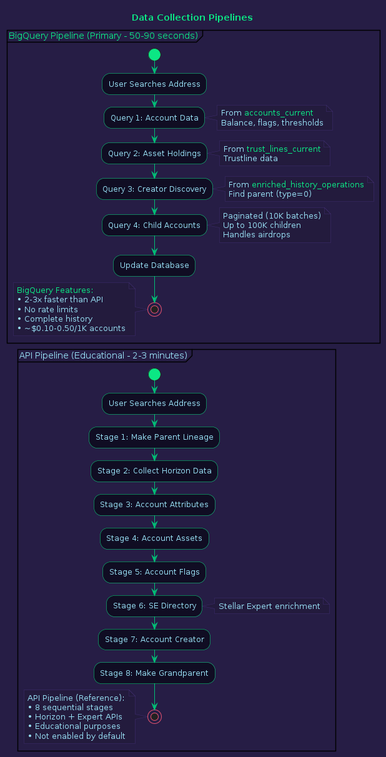
Before: diagrams/02_data_pipeline.png, a diagram exported from PlantUML (areveur51/StellarMapWeb).
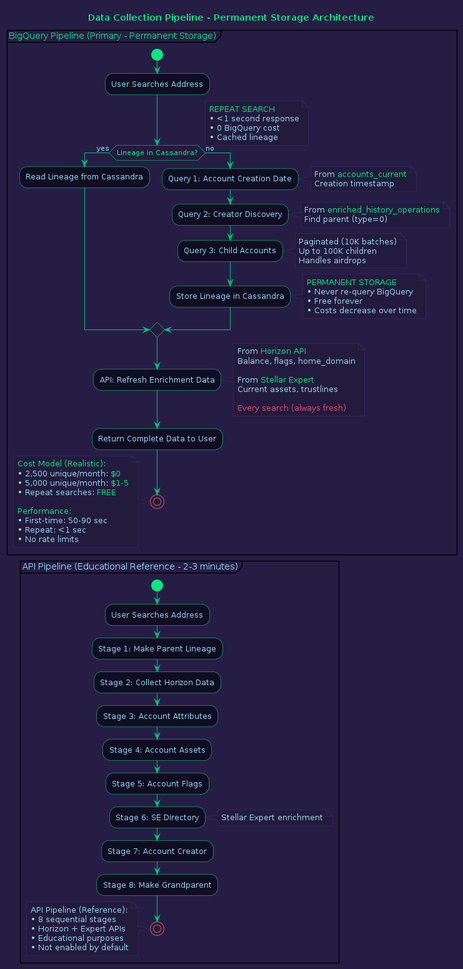
Later version of the same file.

Commit message:
Update data pipeline to use permanent storage and improve cost efficiency

Diff of the diagram source:
```diff
@@ -1,4 +1,4 @@
-@startuml Data Pipeline
+@startuml 02_data_pipeline
 
 skinparam backgroundColor #261D45
 skinparam activity {
@@ -9,6 +9,8 @@
 skinparam activityArrowColor #01C176
 skinparam activityStartColor #0BE784
 skinparam activityStopColor #E5526F
+skinparam activityDiamondBackgroundColor #231B3D
+skinparam activityDiamondBorderColor #0BE784
 skinparam defaultFontColor #96DDF2
 skinparam note {
   BackgroundColor #231B3D
@@ -16,52 +18,88 @@
   FontColor #96DDF2
 }
 
-title <color:#0BE784>Data Collection Pipelines
+title <color:#0BE784>Data Collection Pipeline - Permanent Storage Architecture
 
-partition "<color:#0BE784>BigQuery Pipeline (Primary - 50-90 seconds)" {
+partition "<color:#0BE784>BigQuery Pipeline (Primary - Permanent Storage)" {
   start
 
   :User Searches Address;
 
-  :Query 1: Account Data;
+  if (<color:#0BE784>Lineage in Cassandra?) then (yes)
+    note right #231B3D
+      <color:#0BE784>REPEAT SEARCH
+      <color:#96DDF2>• <1 second response
+      <color:#96DDF2>• 0 BigQuery cost
+      <color:#96DDF2>• Cached lineage
+    end note
+
+    :Read Lineage from Cassandra;
+
+  else (no)
+    note right #231B3D
+      <color:#E5526F>FIRST-TIME SEARCH
+      <color:#96DDF2>• 50-90 second response
+      <color:#96DDF2>• ~265 MB BigQuery usage
+      <color:#96DDF2>• Permanent storage
+    end note
+
+    :Query 1: Account Creation Date;
+    note right #231B3D
+      <color:#96DDF2>From <color:#0BE784>accounts_current
+      <color:#96DDF2>Creation timestamp
+    end note
+
+    :Query 2: Creator Discovery;
+    note right #231B3D
+      <color:#96DDF2>From <color:#0BE784>enriched_history_operations
+      <color:#96DDF2>Find parent (type=0)
+    end note
+
+    :Query 3: Child Accounts;
+    note right #231B3D
+      <color:#96DDF2>Paginated (10K batches)
+      <color:#96DDF2>Up to 100K children
+      <color:#96DDF2>Handles airdrops
+    end note
+
+    :Store Lineage in Cassandra;
+    note right #231B3D
+      <color:#0BE784>PERMANENT STORAGE
+      <color:#96DDF2>• Never re-query BigQuery
+      <color:#96DDF2>• Free forever
+      <color:#96DDF2>• Costs decrease over time
+    end note
+  endif
+
+  :API: Refresh Enrichment Data;
   note right #231B3D
-    <color:#96DDF2>From <color:#0BE784>accounts_current
-    <color:#96DDF2>Balance, flags, thresholds
+    <color:#96DDF2>From <color:#0BE784>Horizon API
+    <color:#96DDF2>Balance, flags, home_domain
+    <color:#96DDF2>
+    <color:#96DDF2>From <color:#0BE784>Stellar Expert
+    <color:#96DDF2>Current assets, trustlines
+    <color:#96DDF2>
+    <color:#E5526F>Every search (always fresh)
   end note
 
-  :Query 2: Asset Holdings;
-  note right #231B3D
-    <color:#96DDF2>From <color:#0BE784>trust_lines_current
-    <color:#96DDF2>Trustline data
-  end note
-
-  :Query 3: Creator Discovery;
-  note right #231B3D
-    <color:#96DDF2>From <color:#0BE784>enriched_history_operations
-    <color:#96DDF2>Find parent (type=0)
-  end note
-
-  :Query 4: Child Accounts;
-  note right #231B3D
-    <color:#96DDF2>Paginated (10K batches)
-    <color:#96DDF2>Up to 100K children
-    <color:#96DDF2>Handles airdrops
-  end note
-
-  :Update Database;
+  :Return Complete Data to User;
 
   stop
 
   note left #231B3D
-    <color:#0BE784>BigQuery Features:
-    <color:#96DDF2>• 2-3x faster than API
+    <color:#0BE784>Cost Model (Realistic):
+    <color:#96DDF2>• 2,500 unique/month: <color:#0BE784>$0
+    <color:#96DDF2>• 5,000 unique/month: <color:#0BE784>$1-5
+    <color:#96DDF2>• Repeat searches: <color:#0BE784>FREE
+    <color:#96DDF2>
+    <color:#0BE784>Performance:
+    <color:#96DDF2>• First-time: 50-90 sec
+    <color:#96DDF2>• Repeat: <1 sec
     <color:#96DDF2>• No rate limits
-    <color:#96DDF2>• Complete history
-    <color:#96DDF2>• ~$0.10-0.50/1K accounts
   end note
 }
 
-partition "<color:#96DDF2>API Pipeline (Educational - 2-3 minutes)" {
+partition "<color:#96DDF2>API Pipeline (Educational Reference - 2-3 minutes)" {
   start
 
   :User Searches Address;
```
